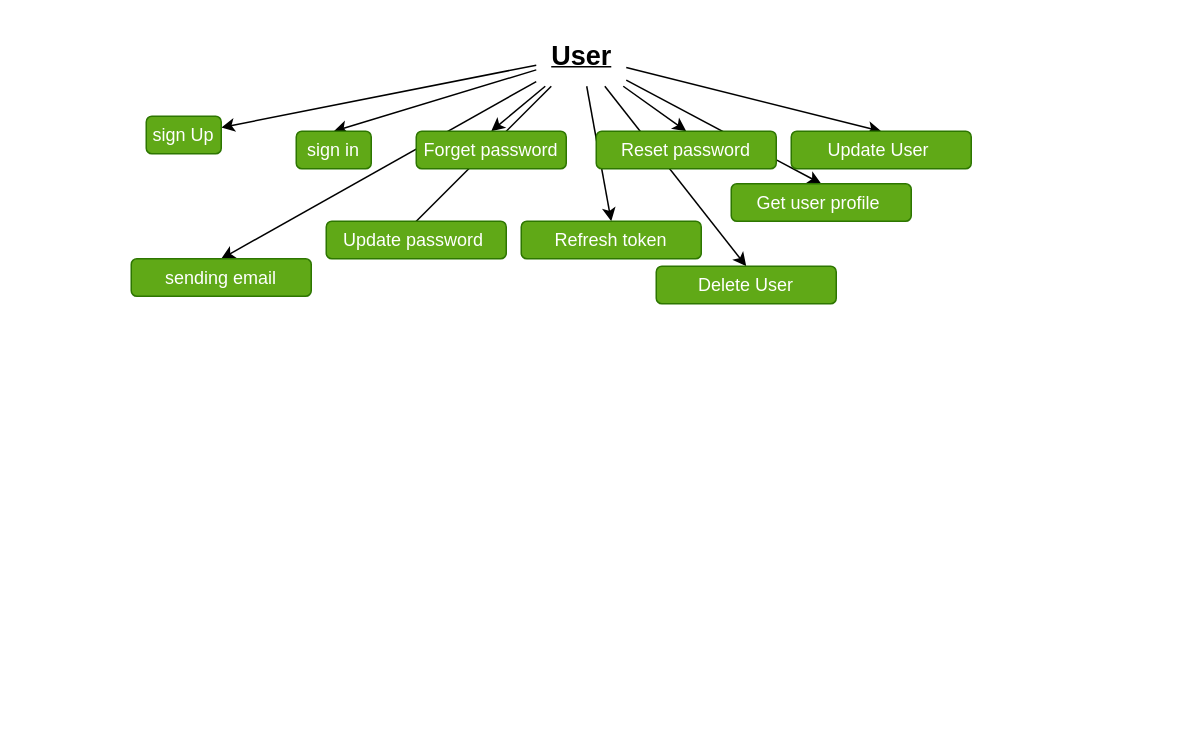
Earlier version of the draw.io diagram todo.drawio (Ahmed-Hussieny/Ecommerce_Back-End). Source tidied: cells renumbered, new cells numbered last; positions are measured from the earlier drawing's top-left corner, leaving out a move shared by most shapes. Both pictures are drawn from the tidied source at 150%, with x=0, y=0 at pixel (130, 26).
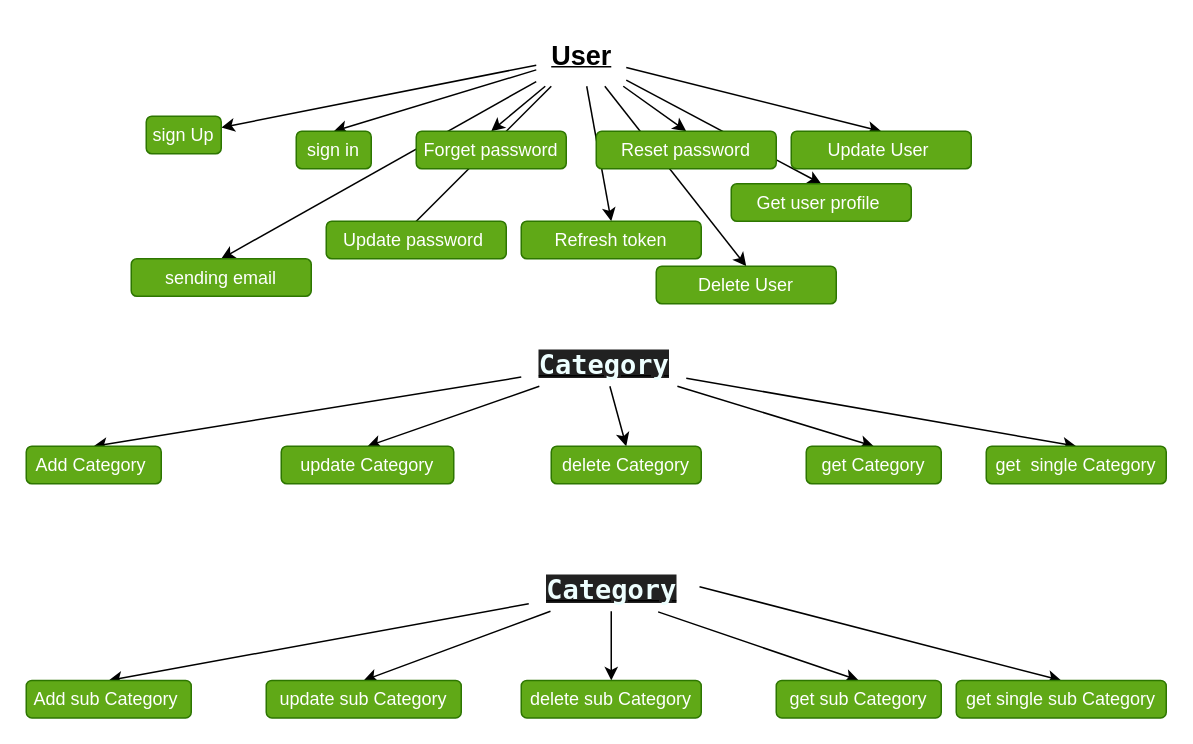
The same diagram, later.

What changed in the source:
```diff
@@
+    <mxCell id="23" style="edgeStyle=none;html=1;entryX=0.5;entryY=0;entryDx=0;entryDy=0;fontSize=18;" parent="1" edge="1" source="28" target="29">
+      <mxGeometry relative="1" as="geometry" />
+    </mxCell>
+    <mxCell id="24" style="edgeStyle=none;html=1;entryX=0.5;entryY=0;entryDx=0;entryDy=0;fontSize=18;" parent="1" edge="1" source="28" target="32">
+      <mxGeometry relative="1" as="geometry" />
+    </mxCell>
+    <mxCell id="25" style="edgeStyle=none;html=1;entryX=0.5;entryY=0;entryDx=0;entryDy=0;fontSize=18;" parent="1" edge="1" source="28" target="31">
+      <mxGeometry relative="1" as="geometry" />
+    </mxCell>
+    <mxCell id="26" style="edgeStyle=none;html=1;entryX=0.5;entryY=0;entryDx=0;entryDy=0;fontSize=18;" parent="1" edge="1" source="28" target="30">
+      <mxGeometry relative="1" as="geometry" />
+    </mxCell>
+    <mxCell id="27" style="edgeStyle=none;html=1;entryX=0.5;entryY=0;entryDx=0;entryDy=0;" parent="1" edge="1" source="28" target="33">
+      <mxGeometry relative="1" as="geometry" />
+    </mxCell>
+    <mxCell id="28" value="&lt;div style=&quot;color: rgb(238, 255, 255); background-color: rgb(33, 33, 33); font-family: &amp;quot;Droid Sans Mono&amp;quot;, &amp;quot;monospace&amp;quot;, monospace; font-size: 18px; line-height: 19px;&quot;&gt;Category&lt;/div&gt;" style="text;html=1;align=center;verticalAlign=middle;points=[];strokeColor=none;fillColor=none;fontStyle=5;fontSize=18;" parent="1" vertex="1">
+      <mxGeometry x="260" y="210" width="110" height="30" as="geometry" />
+    </mxCell>
+    <mxCell id="29" value="Add Category&amp;nbsp;" style="rounded=1;whiteSpace=wrap;html=1;fillColor=#60a917;fontColor=#ffffff;strokeColor=#2D7600;" parent="1" vertex="1">
+      <mxGeometry x="-70" y="280" width="90" height="25" as="geometry" />
+    </mxCell>
+    <mxCell id="30" value="get Category" style="rounded=1;whiteSpace=wrap;html=1;fillColor=#60a917;fontColor=#ffffff;strokeColor=#2D7600;" parent="1" vertex="1">
+      <mxGeometry x="450" y="280" width="90" height="25" as="geometry" />
+    </mxCell>
+    <mxCell id="31" value="delete Category" style="rounded=1;whiteSpace=wrap;html=1;fillColor=#60a917;fontColor=#ffffff;strokeColor=#2D7600;" parent="1" vertex="1">
+      <mxGeometry x="280" y="280" width="100" height="25" as="geometry" />
+    </mxCell>
+    <mxCell id="32" value="update Category" style="rounded=1;whiteSpace=wrap;html=1;fillColor=#60a917;fontColor=#ffffff;strokeColor=#2D7600;" parent="1" vertex="1">
+      <mxGeometry x="100" y="280" width="115" height="25" as="geometry" />
+    </mxCell>
+    <mxCell id="33" value="get&amp;nbsp; single Category" style="rounded=1;whiteSpace=wrap;html=1;fillColor=#60a917;fontColor=#ffffff;strokeColor=#2D7600;" parent="1" vertex="1">
+      <mxGeometry x="570" y="280" width="120" height="25" as="geometry" />
+    </mxCell>
+    <mxCell id="34" style="edgeStyle=none;html=1;entryX=0.5;entryY=0;entryDx=0;entryDy=0;fontSize=18;" parent="1" edge="1" source="44" target="39">
+      <mxGeometry relative="1" as="geometry" />
+    </mxCell>
+    <mxCell id="35" style="edgeStyle=none;html=1;entryX=0.5;entryY=0;entryDx=0;entryDy=0;fontSize=18;" parent="1" edge="1" source="44" target="42">
+      <mxGeometry relative="1" as="geometry" />
+    </mxCell>
+    <mxCell id="36" style="edgeStyle=none;html=1;entryX=0.5;entryY=0;entryDx=0;entryDy=0;fontSize=18;" parent="1" edge="1" source="44" target="41">
+      <mxGeometry relative="1" as="geometry" />
+    </mxCell>
+    <mxCell id="37" style="edgeStyle=none;html=1;entryX=0.5;entryY=0;entryDx=0;entryDy=0;fontSize=18;exitX=0.784;exitY=1.014;exitDx=0;exitDy=0;exitPerimeter=0;" parent="1" edge="1" source="44" target="40">
+      <mxGeometry relative="1" as="geometry" />
+    </mxCell>
+    <mxCell id="38" style="edgeStyle=none;html=1;entryX=0.5;entryY=0;entryDx=0;entryDy=0;exitX=1.035;exitY=0.454;exitDx=0;exitDy=0;exitPerimeter=0;" parent="1" edge="1" source="44" target="43">
+      <mxGeometry relative="1" as="geometry" />
+    </mxCell>
+    <mxCell id="39" value="Add sub Category&amp;nbsp;" style="rounded=1;whiteSpace=wrap;html=1;fillColor=#60a917;fontColor=#ffffff;strokeColor=#2D7600;" parent="1" vertex="1">
+      <mxGeometry x="-70" y="436.1" width="110" height="25" as="geometry" />
+    </mxCell>
+    <mxCell id="40" value="get sub&amp;nbsp;Category" style="rounded=1;whiteSpace=wrap;html=1;fillColor=#60a917;fontColor=#ffffff;strokeColor=#2D7600;" parent="1" vertex="1">
+      <mxGeometry x="430" y="436.1" width="110" height="25" as="geometry" />
+    </mxCell>
+    <mxCell id="41" value="delete sub&amp;nbsp;Category" style="rounded=1;whiteSpace=wrap;html=1;fillColor=#60a917;fontColor=#ffffff;strokeColor=#2D7600;" parent="1" vertex="1">
+      <mxGeometry x="260" y="436.1" width="120" height="25" as="geometry" />
+    </mxCell>
+    <mxCell id="42" value="update sub Category" style="rounded=1;whiteSpace=wrap;html=1;fillColor=#60a917;fontColor=#ffffff;strokeColor=#2D7600;" parent="1" vertex="1">
+      <mxGeometry x="90" y="436.1" width="130" height="25" as="geometry" />
+    </mxCell>
+    <mxCell id="43" value="get single sub Category" style="rounded=1;whiteSpace=wrap;html=1;fillColor=#60a917;fontColor=#ffffff;strokeColor=#2D7600;" parent="1" vertex="1">
+      <mxGeometry x="550" y="436.1" width="140" height="25" as="geometry" />
+    </mxCell>
+    <mxCell id="44" value="&lt;div style=&quot;color: rgb(238, 255, 255); background-color: rgb(33, 33, 33); font-family: &amp;quot;Droid Sans Mono&amp;quot;, &amp;quot;monospace&amp;quot;, monospace; font-size: 18px; line-height: 19px;&quot;&gt;Category&lt;/div&gt;" style="text;html=1;align=center;verticalAlign=middle;points=[];strokeColor=none;fillColor=none;fontStyle=5;fontSize=18;" parent="1" vertex="1">
+      <mxGeometry x="265" y="360" width="110" height="30" as="geometry" />
+    </mxCell>
```
